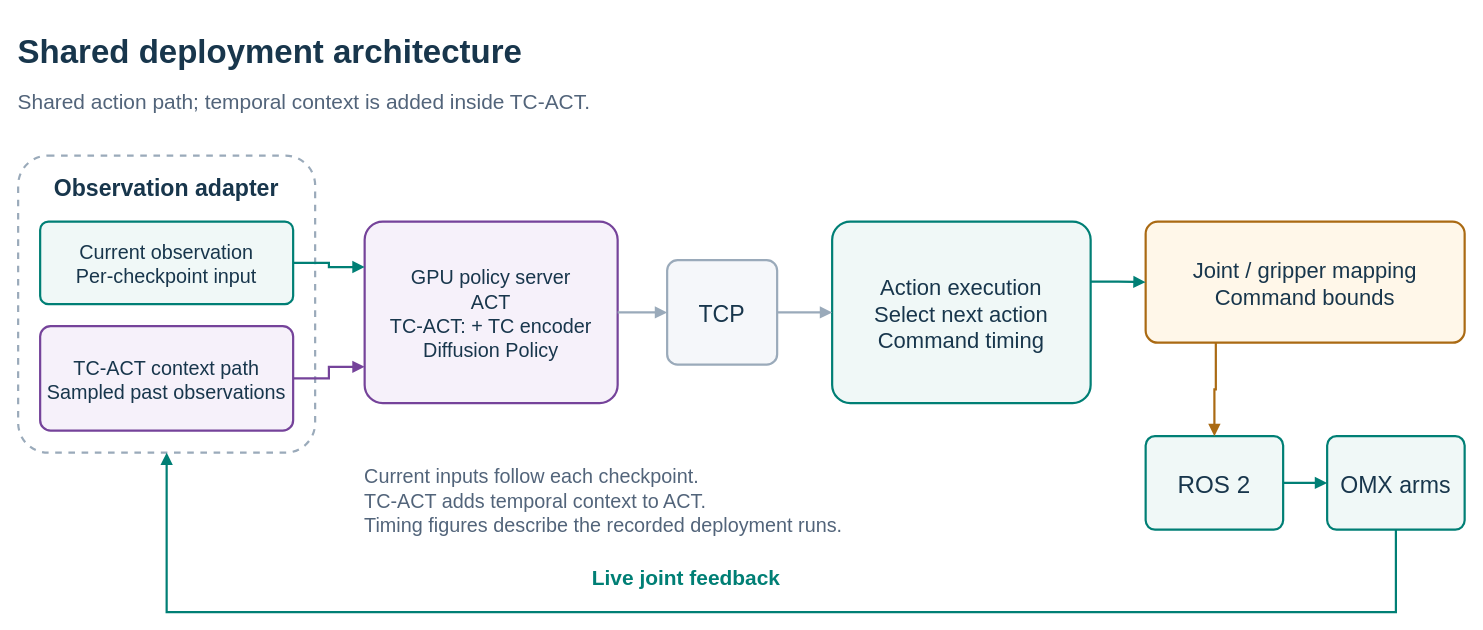
This is page "Deployment architecture" (1 of 2) of docs/assets/diagrams/hardware-deployment.drawio from green101630-jwi/literate-octo-doodle, a draw.io file, before an edit. Source tidied: cells renumbered, new cells numbered last; positions are measured from the earlier drawing's top-left corner, leaving out a move shared by most shapes. Both pictures are drawn from the tidied source at 110%, with x=0, y=0 at pixel (18, 23).
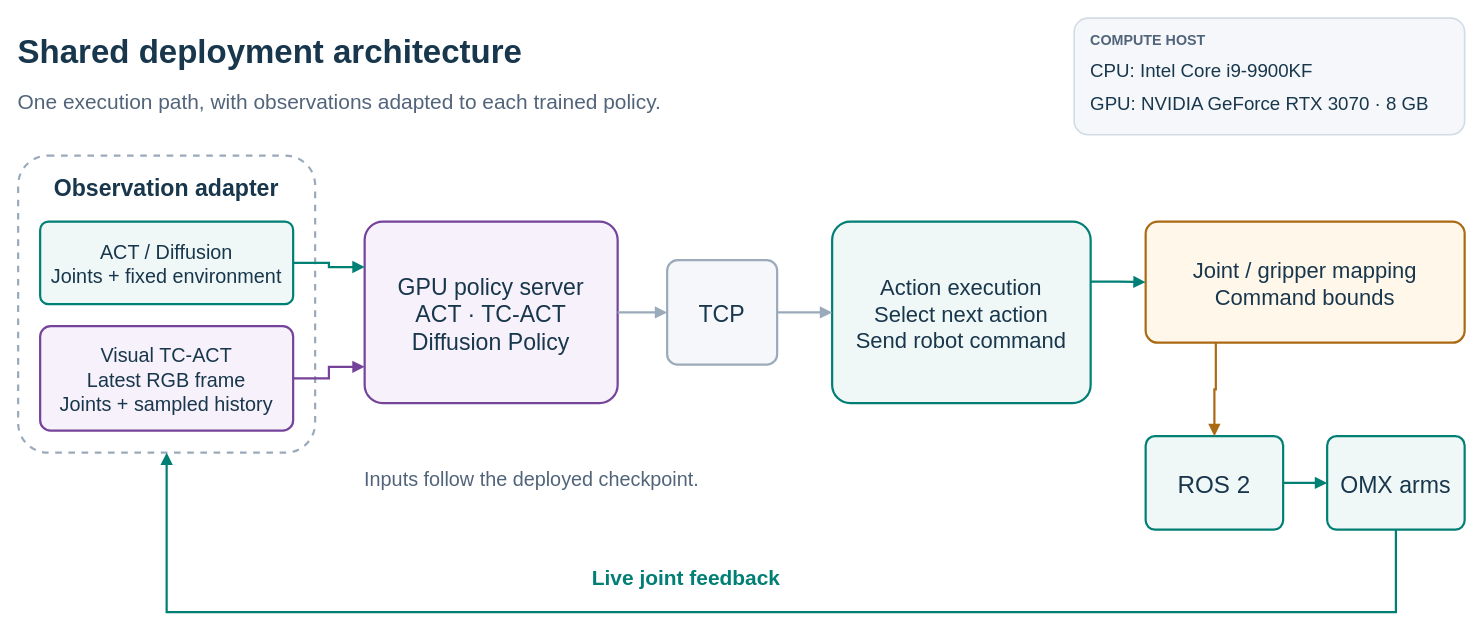
The same diagram, later.

Commit message (it also covers changes not shown here):
Update deployment diagram layout and add verified CPU and GPU specifications

What changed in the source:
```diff
@@
     <mxCell id="2" value="Shared deployment architecture" style="text;html=0;whiteSpace=nowrap;strokeColor=none;fillColor=none;fontColor=#18364c;fontFamily=Arial;fontSize=30;fontStyle=1;align=left;verticalAlign=middle;spacing=0;" parent="1" vertex="1">
-      <mxGeometry width="1300" height="45" as="geometry" />
+      <mxGeometry width="900" height="45" as="geometry" />
     </mxCell>
-    <mxCell id="3" value="Shared action path; temporal context is added inside TC-ACT." style="text;html=0;whiteSpace=nowrap;strokeColor=none;fillColor=none;fontColor=#52647a;fontFamily=Arial;fontSize=19;fontStyle=0;align=left;verticalAlign=middle;spacing=0;" parent="1" vertex="1">
-      <mxGeometry y="52" width="1300" height="35" as="geometry" />
+    <mxCell id="3" value="One execution path, with observations adapted to each trained policy." style="text;html=0;whiteSpace=nowrap;strokeColor=none;fillColor=none;fontColor=#52647a;fontFamily=Arial;fontSize=19;fontStyle=0;align=left;verticalAlign=middle;spacing=0;" parent="1" vertex="1">
+      <mxGeometry y="52" width="900" height="35" as="geometry" />
     </mxCell>
@@
-    <mxCell id="6" value="Current observation&#10;Per-checkpoint input" style="rounded=1;arcSize=10;whiteSpace=nowrap;html=0;fillColor=#f0f8f7;strokeColor=#007f75;strokeWidth=2;fontColor=#18364c;fontFamily=Arial;fontSize=18;align=center;verticalAlign=middle;spacing=12;" parent="1" vertex="1">
+    <mxCell id="6" value="ACT / Diffusion&#10;Joints + fixed environment" style="rounded=1;arcSize=10;whiteSpace=nowrap;html=0;fillColor=#f0f8f7;strokeColor=#007f75;strokeWidth=2;fontColor=#18364c;fontFamily=Arial;fontSize=18;align=center;verticalAlign=middle;spacing=12;" parent="1" vertex="1">
       <mxGeometry x="20" y="180" width="230" height="75" as="geometry" />
     </mxCell>
-    <mxCell id="7" value="TC-ACT context path&#10;Sampled past observations" style="rounded=1;arcSize=10;whiteSpace=nowrap;html=0;fillColor=#f6f1fa;strokeColor=#75439a;strokeWidth=2;fontColor=#18364c;fontFamily=Arial;fontSize=18;align=center;verticalAlign=middle;spacing=12;" parent="1" vertex="1">
+    <mxCell id="7" value="Visual TC-ACT&#10;Latest RGB frame&#10;Joints + sampled history" style="rounded=1;arcSize=10;whiteSpace=nowrap;html=0;fillColor=#f6f1fa;strokeColor=#75439a;strokeWidth=2;fontColor=#18364c;fontFamily=Arial;fontSize=18;align=center;verticalAlign=middle;spacing=12;" parent="1" vertex="1">
       <mxGeometry x="20" y="275" width="230" height="95" as="geometry" />
     </mxCell>
-    <mxCell id="8" value="GPU policy server&#10;ACT&#10;TC-ACT: + TC encoder&#10;Diffusion Policy" style="rounded=1;arcSize=10;whiteSpace=nowrap;html=0;fillColor=#f6f1fa;strokeColor=#75439a;strokeWidth=2;fontColor=#18364c;fontFamily=Arial;fontSize=18;align=center;verticalAlign=middle;spacing=12;" parent="1" vertex="1">
+    <mxCell id="8" value="GPU policy server&#10;ACT · TC-ACT&#10;Diffusion Policy" style="rounded=1;arcSize=10;whiteSpace=nowrap;html=0;fillColor=#f6f1fa;strokeColor=#75439a;strokeWidth=2;fontColor=#18364c;fontFamily=Arial;fontSize=21;align=center;verticalAlign=middle;spacing=12;" parent="1" vertex="1">
       <mxGeometry x="315" y="180" width="230" height="165" as="geometry" />
     </mxCell>
@@
-    <mxCell id="10" value="Action execution&#10;Select next action&#10;Command timing" style="rounded=1;arcSize=10;whiteSpace=nowrap;html=0;fillColor=#f0f8f7;strokeColor=#007f75;strokeWidth=2;fontColor=#18364c;fontFamily=Arial;fontSize=20;align=center;verticalAlign=middle;spacing=12;" parent="1" vertex="1">
+    <mxCell id="10" value="Action execution&#10;Select next action&#10;Send robot command" style="rounded=1;arcSize=10;whiteSpace=nowrap;html=0;fillColor=#f0f8f7;strokeColor=#007f75;strokeWidth=2;fontColor=#18364c;fontFamily=Arial;fontSize=20;align=center;verticalAlign=middle;spacing=12;" parent="1" vertex="1">
       <mxGeometry x="740" y="180" width="235" height="165" as="geometry" />
     </mxCell>
@@
-    <mxCell id="23" value="Current inputs follow each checkpoint.&#10;TC-ACT adds temporal context to ACT.&#10;Timing figures describe the recorded deployment runs." style="text;html=0;whiteSpace=nowrap;strokeColor=none;fillColor=none;fontColor=#52647a;fontFamily=Arial;fontSize=18;fontStyle=0;align=left;verticalAlign=middle;spacing=0;" parent="1" vertex="1">
-      <mxGeometry x="315" y="390" width="650" height="85" as="geometry" />
+    <mxCell id="23" value="Inputs follow the deployed checkpoint." style="text;html=0;whiteSpace=nowrap;strokeColor=none;fillColor=none;fontColor=#52647a;fontFamily=Arial;fontSize=18;fontStyle=0;align=left;verticalAlign=middle;spacing=0;" parent="1" vertex="1">
+      <mxGeometry x="315" y="390" width="650" height="45" as="geometry" />
     </mxCell>
+    <mxCell id="24" style="rounded=1;arcSize=12;whiteSpace=nowrap;html=0;fillColor=#f5f7fa;strokeColor=#d3dce5;strokeWidth=1.5;" parent="1" vertex="1">
+      <mxGeometry x="960" y="-5" width="355" height="106" as="geometry" />
+    </mxCell>
+    <mxCell id="25" value="COMPUTE HOST" style="text;html=0;whiteSpace=nowrap;strokeColor=none;fillColor=none;fontFamily=Arial;align=left;verticalAlign=middle;spacing=0;fontSize=13;fontColor=#52647a;fontStyle=1;" parent="1" vertex="1">
+      <mxGeometry x="975" y="4" width="325" height="20" as="geometry" />
+    </mxCell>
+    <mxCell id="26" value="CPU: Intel Core i9-9900KF" style="text;html=0;whiteSpace=nowrap;strokeColor=none;fillColor=none;fontFamily=Arial;align=left;verticalAlign=middle;spacing=0;fontSize=17;fontColor=#18364c;" parent="1" vertex="1">
+      <mxGeometry x="975" y="29" width="325" height="25" as="geometry" />
+    </mxCell>
+    <mxCell id="27" value="GPU: NVIDIA GeForce RTX 3070 · 8 GB" style="text;html=0;whiteSpace=nowrap;strokeColor=none;fillColor=none;fontFamily=Arial;align=left;verticalAlign=middle;spacing=0;fontSize=17;fontColor=#18364c;" parent="1" vertex="1">
+      <mxGeometry x="975" y="59" width="325" height="25" as="geometry" />
+    </mxCell>
```
